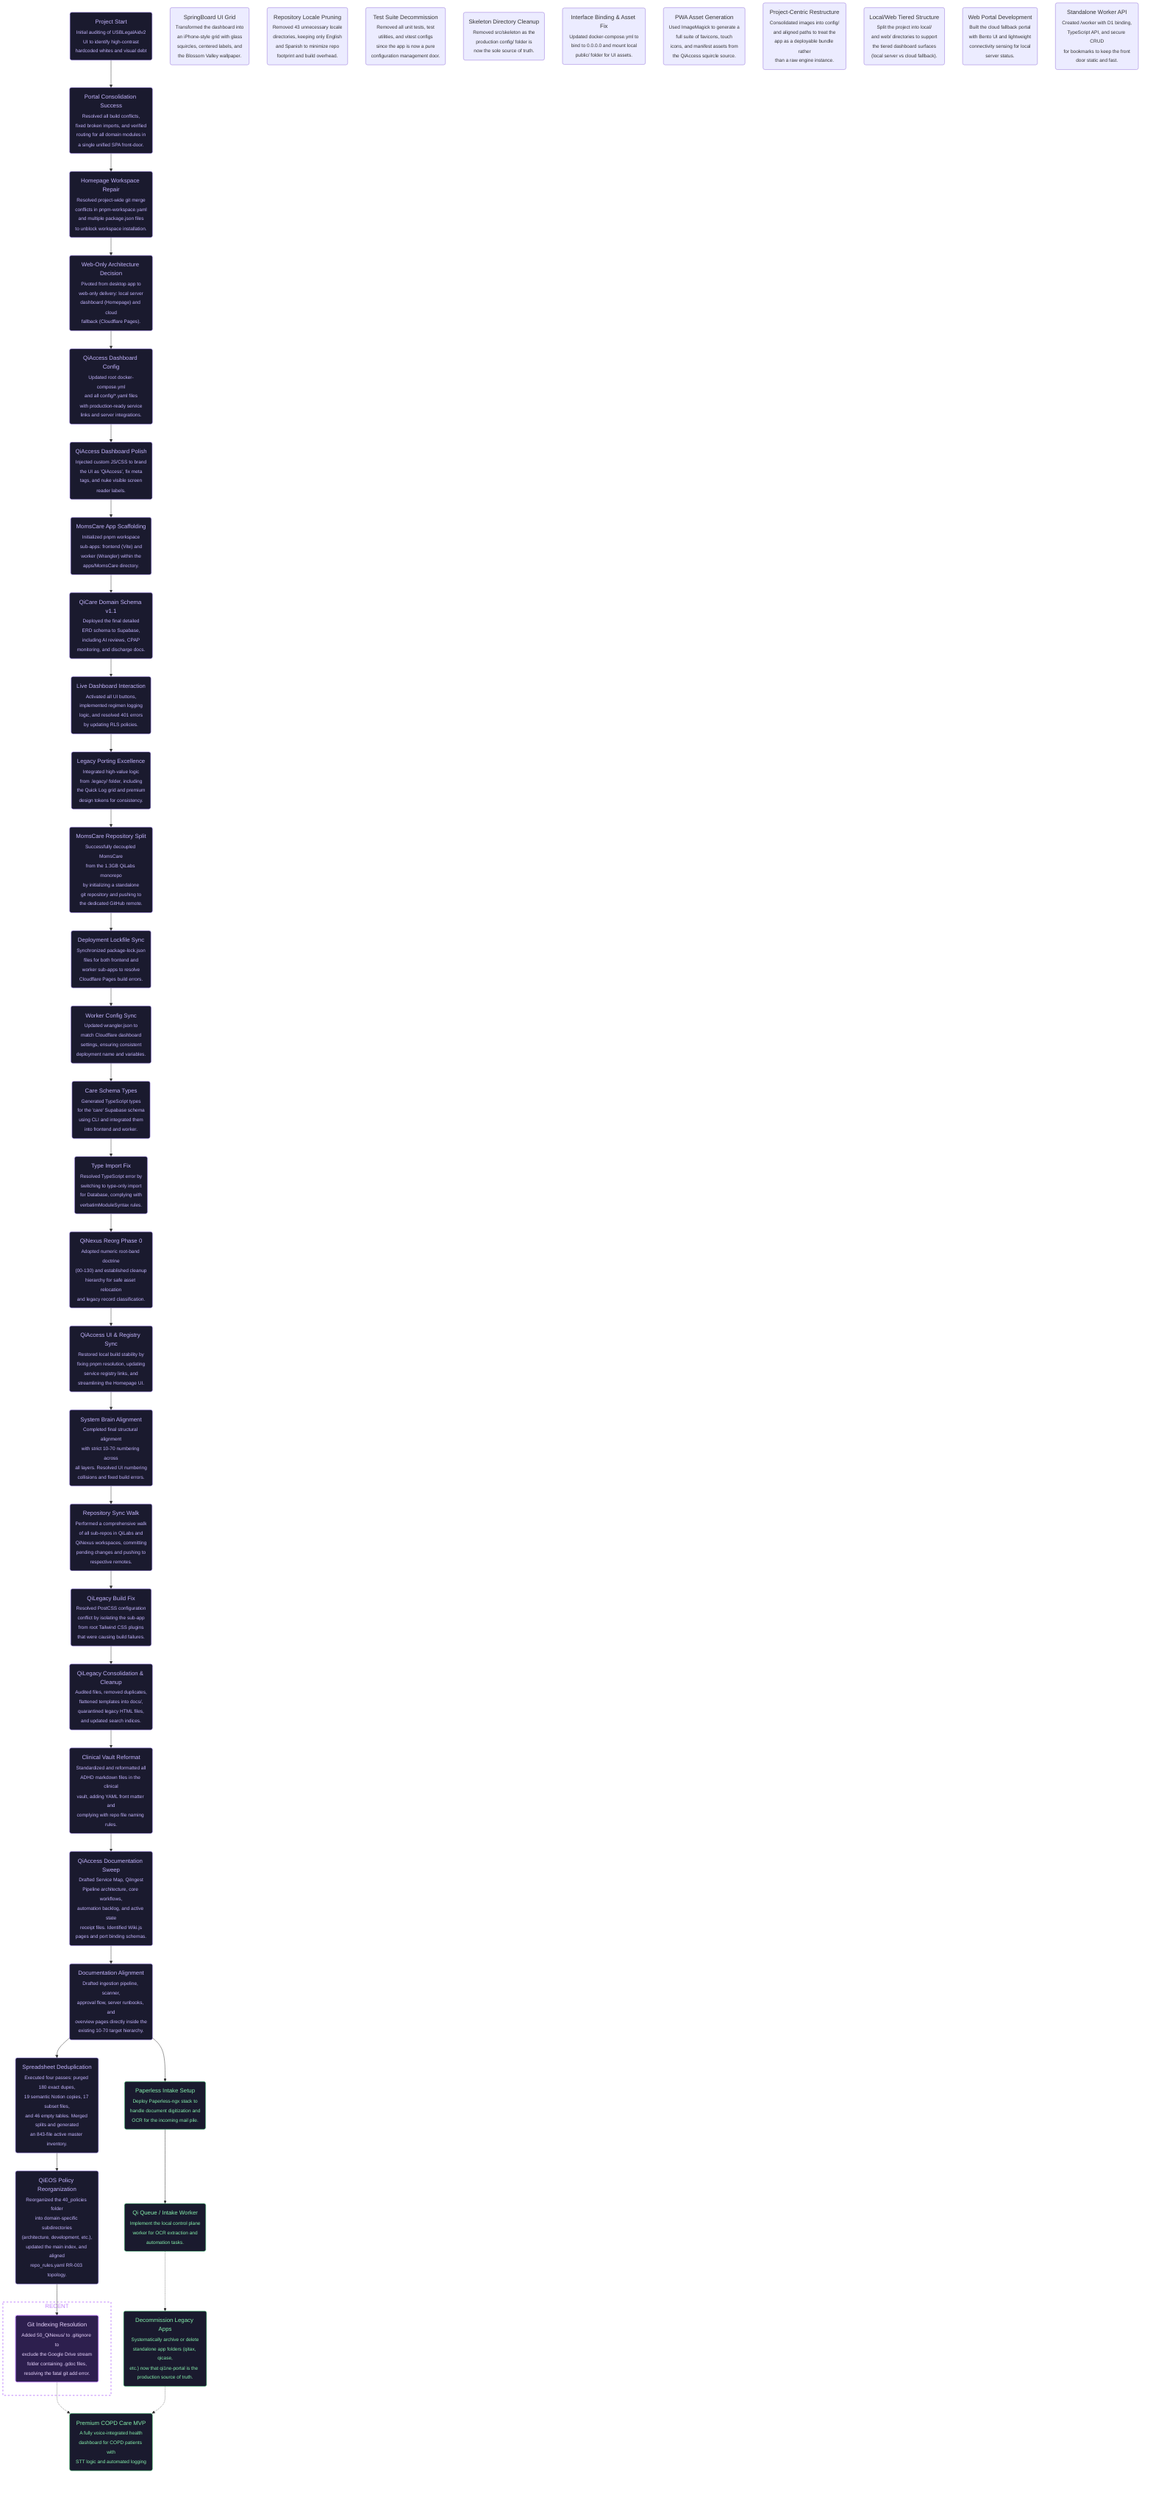
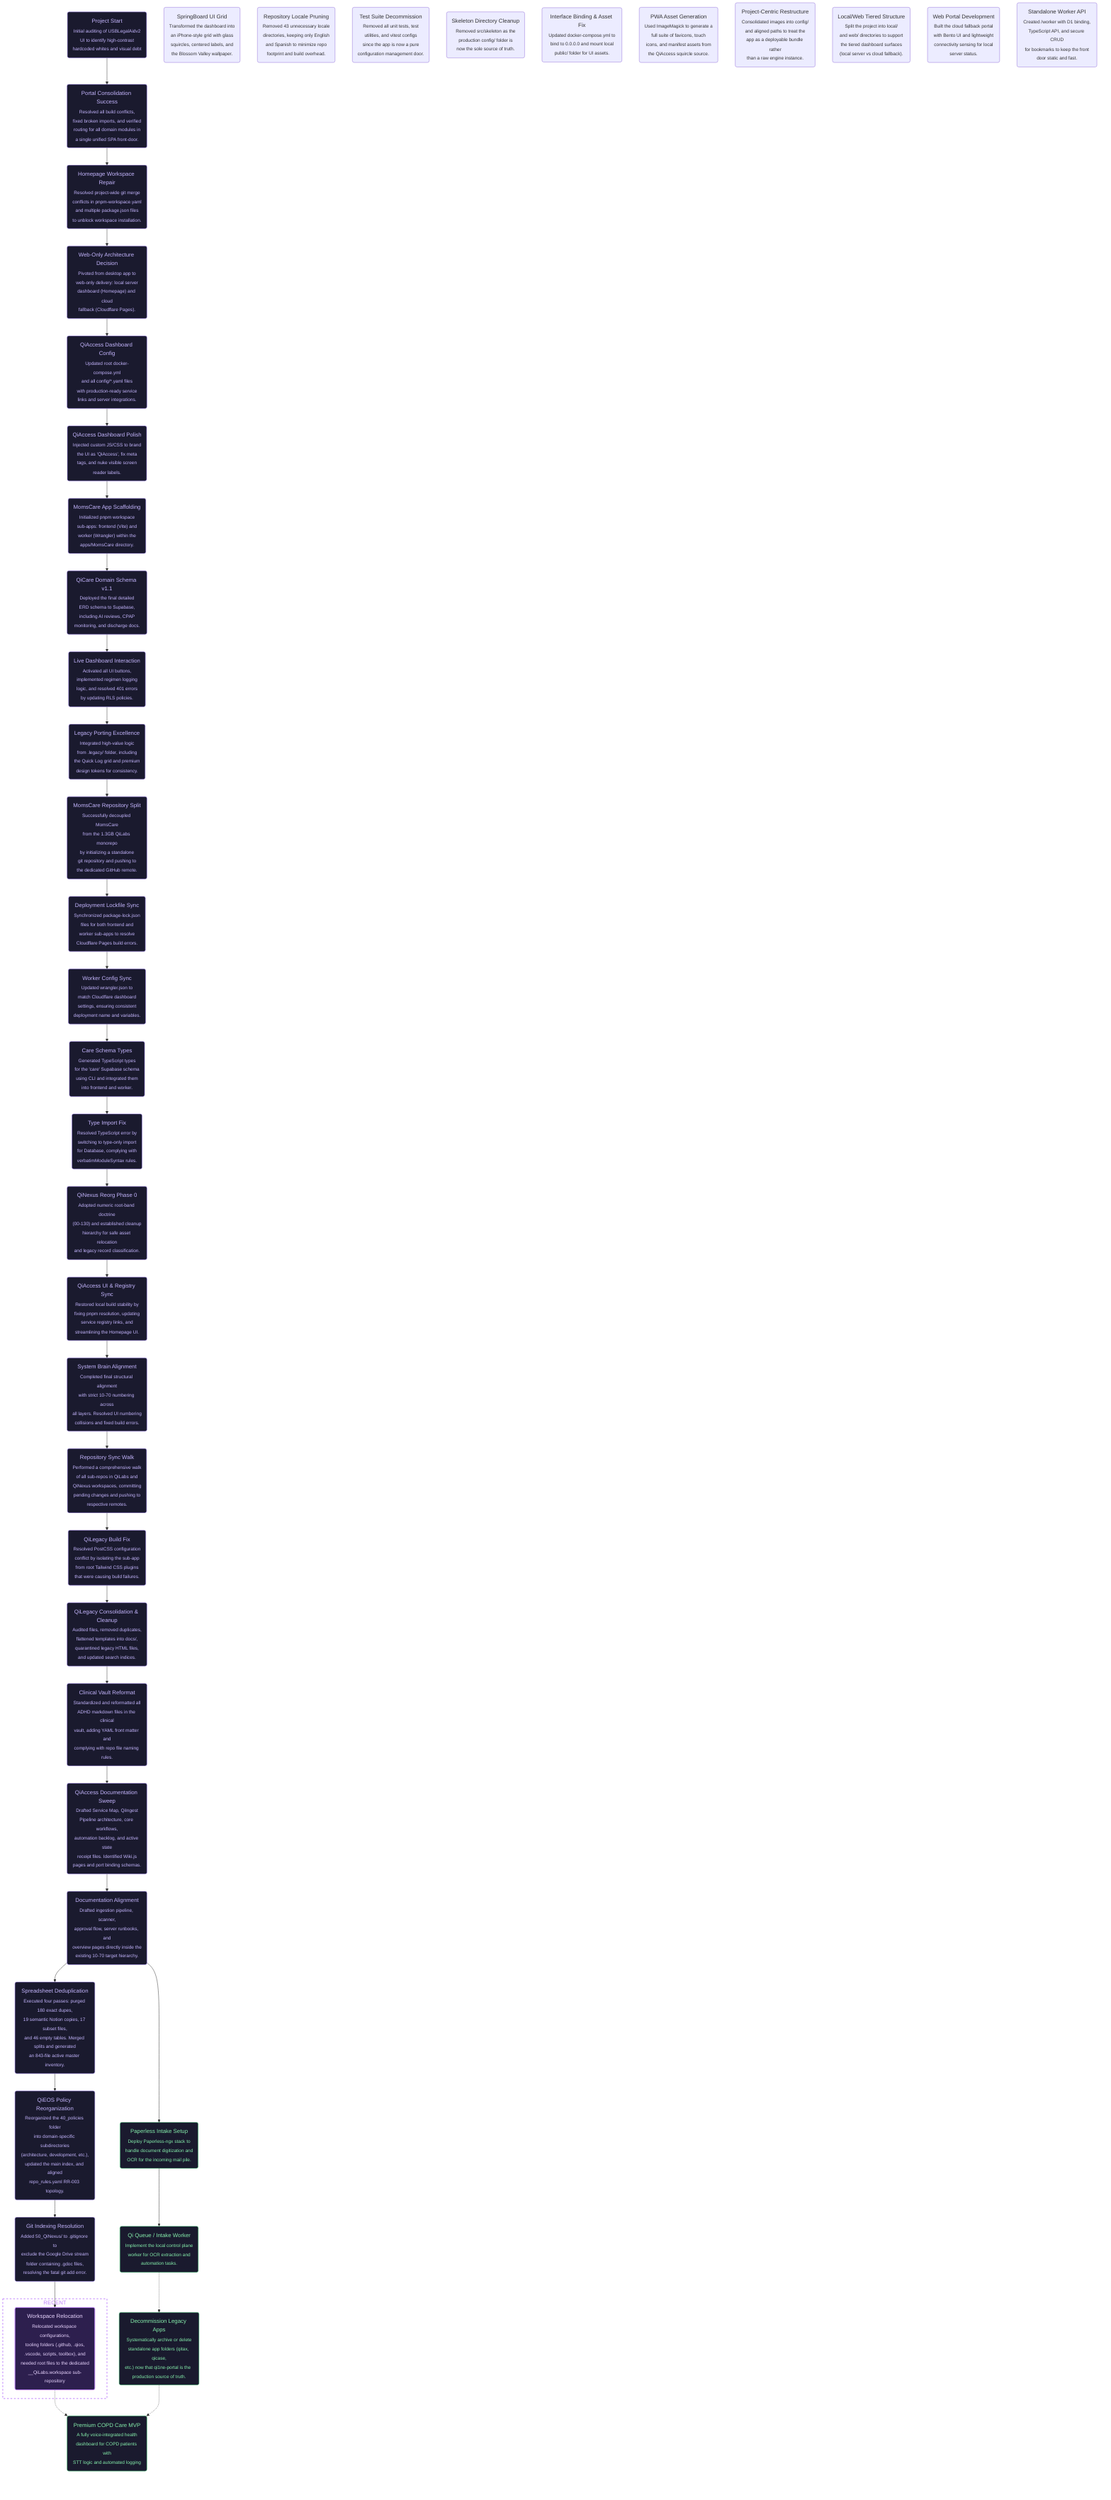
flowchart TD
    %% === PROJECT GOALS ===
    %% Ultimate Goal: Premium Glassmorphic COPD Care MVP (QiHome / Mom Care)
    %% Current Goal: MomsCare MVP Development (Today Screen + Schema)

    %% === START ===
    %% @project_start [start, closed, 2026-04-04, nam]
    project_start("Project Start<br/><sub>Initial auditing of USBLegalAidv2<br/>UI to identify high-contrast<br/>hardcoded whites and visual debt</sub>")

    %% @ultimate_goal [end, opened, 2026-04-09, nam]
    ultimate_goal("Premium COPD Care MVP<br/><sub>A fully voice-integrated health<br/>dashboard for COPD patients with<br/>STT logic and automated logging</sub>")

    %% === COMPLETED WORK ===
    %% @consolidation_success [ai-task, closed, 2026-04-19, nam]
    consolidation_success("Portal Consolidation Success<br/><sub>Resolved all build conflicts,<br/>fixed broken imports, and verified<br/>routing for all domain modules in<br/>a single unified SPA front-door.</sub>")

    %% @homepage_setup [ai-task, closed, 2026-04-21, nam]
    homepage_setup("Homepage Workspace Repair<br/><sub>Resolved project-wide git merge<br/>conflicts in pnpm-workspace.yaml<br/>and multiple package.json files<br/>to unblock workspace installation.</sub>")

    %% @web_only_decision [human-task, closed, 2026-04-21, user]
    web_only_decision("Web-Only Architecture Decision<br/><sub>Pivoted from desktop app to<br/>web-only delivery: local server<br/>dashboard (Homepage) and cloud<br/>fallback (Cloudflare Pages).</sub>")

    %% @homepage_config [ai-task, closed, 2026-04-21, nam]
    homepage_config("QiAccess Dashboard Config<br/><sub>Updated root docker-compose.yml<br/>and all config/*.yaml files<br/>with production-ready service<br/>links and server integrations.</sub>")

    %% @homepage_polish [ai-task, closed, 2026-04-21, nam]
    homepage_polish("QiAccess Dashboard Polish<br/><sub>Injected custom JS/CSS to brand<br/>the UI as 'QiAccess', fix meta<br/>tags, and nuke visible screen<br/>reader labels.</sub>")

    %% @springboard_ui [ai-task, closed, 2026-04-21, nam]
    springboard_ui("SpringBoard UI Grid<br/><sub>Transformed the dashboard into<br/>an iPhone-style grid with glass<br/>squircles, centered labels, and<br/>the Blossom Valley wallpaper.</sub>")

    %% @repo_pruning [ai-task, closed, 2026-04-21, nam]
    repo_pruning("Repository Locale Pruning<br/><sub>Removed 43 unnecessary locale<br/>directories, keeping only English<br/>and Spanish to minimize repo<br/>footprint and build overhead.</sub>")

    %% @test_pruning [ai-task, closed, 2026-04-21, nam]
    test_pruning("Test Suite Decommission<br/><sub>Removed all unit tests, test<br/>utilities, and vitest configs<br/>since the app is now a pure<br/>configuration management door.</sub>")

    %% @skeleton_removal [ai-task, closed, 2026-04-21, nam]
    skeleton_removal("Skeleton Directory Cleanup<br/><sub>Removed src/skeleton as the<br/>production config/ folder is<br/>now the sole source of truth.</sub>")

    %% @compose_v3_fix [ai-task, closed, 2026-04-21, nam]
    compose_v3_fix("Interface Binding & Asset Fix<br/><sub>Updated docker-compose.yml to<br/>bind to 0.0.0.0 and mount local<br/>public/ folder for UI assets.</sub>")

    %% @pwa_asset_generation [ai-task, closed, 2026-04-21, nam]
    pwa_asset_generation("PWA Asset Generation<br/><sub>Used ImageMagick to generate a<br/>full suite of favicons, touch<br/>icons, and manifest assets from<br/>the QiAccess squircle source.</sub>")

    %% @project_centric_restructure [ai-task, closed, 2026-04-21, nam]
    project_centric_restructure("Project-Centric Restructure<br/><sub>Consolidated images into config/<br/>and aligned paths to treat the<br/>app as a deployable bundle rather<br/>than a raw engine instance.</sub>")

    %% @local_web_split [ai-task, closed, 2026-04-21, nam]
    local_web_split("Local/Web Tiered Structure<br/><sub>Split the project into local/<br/>and web/ directories to support<br/>the tiered dashboard surfaces<br/>(local server vs cloud fallback).</sub>")

    %% @web_portal_dev [ai-task, closed, 2026-04-21, nam]
    web_portal_dev("Web Portal Development<br/><sub>Built the cloud fallback portal<br/>with Bento UI and lightweight<br/>connectivity sensing for local<br/>server status.</sub>")

    %% @worker_api_dev [ai-task, closed, 2026-04-21, nam]
    worker_api_dev("Standalone Worker API<br/><sub>Created /worker with D1 binding,<br/>TypeScript API, and secure CRUD<br/>for bookmarks to keep the front<br/>door static and fast.</sub>")

    %% === COMPLETED WORK ===
    %% @moms_care_scaffold [ai-task, closed, 2026-04-21, nam]
    moms_care_scaffold("MomsCare App Scaffolding<br/><sub>Initialized pnpm workspace<br/>sub-apps: frontend (Vite) and<br/>worker (Wrangler) within the<br/>apps/MomsCare directory.</sub>")

    %% @moms_care_schema [ai-task, closed, 2026-04-21, nam]
    moms_care_schema("QiCare Domain Schema v1.1<br/><sub>Deployed the final detailed<br/>ERD schema to Supabase,<br/>including AI reviews, CPAP<br/>monitoring, and discharge docs.</sub>")

    %% @live_dashboard_interaction [ai-task, closed, 2026-04-21, nam]
    live_dashboard_interaction("Live Dashboard Interaction<br/><sub>Activated all UI buttons,<br/>implemented regimen logging<br/>logic, and resolved 401 errors<br/>by updating RLS policies.</sub>")

    %% @legacy_port [ai-task, closed, 2026-04-21, nam]
    legacy_port("Legacy Porting Excellence<br/><sub>Integrated high-value logic<br/>from .legacy/ folder, including<br/>the Quick Log grid and premium<br/>design tokens for consistency.</sub>")

    %% @momscare_repo_split [ai-task, closed, 2026-04-21, nam]
    momscare_repo_split("MomsCare Repository Split<br/><sub>Successfully decoupled MomsCare<br/>from the 1.3GB QiLabs monorepo<br/>by initializing a standalone<br/>git repository and pushing to<br/>the dedicated GitHub remote.</sub>")

    %% @deployment_lockfile_fix [ai-task, closed, 2026-04-21, nam]
    deployment_lockfile_fix("Deployment Lockfile Sync<br/><sub>Synchronized package-lock.json<br/>files for both frontend and<br/>worker sub-apps to resolve<br/>Cloudflare Pages build errors.</sub>")

    %% @worker_config_sync [ai-task, closed, 2026-04-21, nam]
    worker_config_sync("Worker Config Sync<br/><sub>Updated wrangler.json to<br/>match Cloudflare dashboard<br/>settings, ensuring consistent<br/>deployment name and variables.</sub>")

    %% @care_schema_types [ai-task, closed, 2026-04-21, nam]
    care_schema_types("Care Schema Types<br/><sub>Generated TypeScript types<br/>for the 'care' Supabase schema<br/>using CLI and integrated them<br/>into frontend and worker.</sub>")

    %% @type_import_fix [ai-task, closed, 2026-04-21, nam]
    type_import_fix("Type Import Fix<br/><sub>Resolved TypeScript error by<br/>switching to type-only import<br/>for Database, complying with<br/>verbatimModuleSyntax rules.</sub>")

    %% @qinexus_reorg_ph0 [ai-task, closed, 2026-05-10, antigravity]
    qinexus_reorg_ph0("QiNexus Reorg Phase 0<br/><sub>Adopted numeric root-band doctrine<br/>(00-130) and established cleanup<br/>hierarchy for safe asset relocation<br/>and legacy record classification.</sub>")

    %% @qiaccess_ui_repair [ai-task, closed, 2026-05-10, antigravity]
    qiaccess_ui_repair("QiAccess UI & Registry Sync<br/><sub>Restored local build stability by<br/>fixing pnpm resolution, updating<br/>service registry links, and<br/>streamlining the Homepage UI.</sub>")

    %% @brain_alignment_final [ai-task, closed, 2026-05-12, antigravity]
    brain_alignment_final("System Brain Alignment<br/><sub>Completed final structural alignment<br/>with strict 10-70 numbering across<br/>all layers. Resolved UI numbering<br/>collisions and fixed build errors.</sub>")

    %% === COMPLETED WORK ===
    %% @repo_sync_walk [ai-task, closed, 2026-05-15, antigravity]
    repo_sync_walk("Repository Sync Walk<br/><sub>Performed a comprehensive walk<br/>of all sub-repos in QiLabs and<br/>QiNexus workspaces, committing<br/>pending changes and pushing to<br/>respective remotes.</sub>")

    %% @qilegacy_build_fix [ai-task, closed, 2026-05-15, antigravity]
    qilegacy_build_fix("QiLegacy Build Fix<br/><sub>Resolved PostCSS configuration<br/>conflict by isolating the sub-app<br/>from root Tailwind CSS plugins<br/>that were causing build failures.</sub>")

    %% @qilegacy_restructure_cleanup [ai-task, closed, 2026-05-19, antigravity]
    qilegacy_restructure_cleanup("QiLegacy Consolidation & Cleanup<br/><sub>Audited files, removed duplicates,<br/>flattened templates into docs/,<br/>quarantined legacy HTML files,<br/>and updated search indices.</sub>")

    %% @clinical_vault_format [ai-task, closed, 2026-05-24, antigravity]
    clinical_vault_format("Clinical Vault Reformat<br/><sub>Standardized and reformatted all<br/>ADHD markdown files in the clinical<br/>vault, adding YAML front matter and<br/>complying with repo file naming rules.</sub>")

    %% @docs_consolidation [ai-task, closed, 2026-05-26, antigravity]
    docs_consolidation("QiAccess Documentation Sweep<br/><sub>Drafted Service Map, QiIngest<br/>Pipeline architecture, core workflows,<br/>automation backlog, and active state<br/>receipt files. Identified Wiki.js<br/>pages and port binding schemas.</sub>")

    %% @docs_alignment [ai-task, closed, 2026-05-26, antigravity]
    docs_alignment("Documentation Alignment<br/><sub>Drafted ingestion pipeline, scanner,<br/>approval flow, server runbooks, and<br/>overview pages directly inside the<br/>existing 10-70 target hierarchy.</sub>")

    %% @spreadsheet_deduplication [ai-task, closed, 2026-05-26, antigravity]
    spreadsheet_deduplication("Spreadsheet Deduplication<br/><sub>Executed four passes: purged 180 exact dupes,<br/>19 semantic Notion copies, 17 subset files,<br/>and 46 empty tables. Merged splits and generated<br/>an 843-file active master inventory.</sub>")

    %% @policy_reorganization [ai-task, closed, 2026-06-01, antigravity]
    policy_reorganization("QiEOS Policy Reorganization<br/><sub>Reorganized the 40_policies folder<br/>into domain-specific subdirectories<br/>(architecture, development, etc.),<br/>updated the main index, and aligned<br/>repo_rules.yaml RR-003 topology.</sub>")

    %% @git_indexing_fix [ai-task, closed, 2026-06-01, antigravity]
    git_indexing_fix("Git Indexing Resolution<br/><sub>Added 50_QiNexus/ to .gitignore to<br/>exclude the Google Drive stream<br/>folder containing .gdoc files,<br/>resolving the fatal git add error.</sub>")

+     %% @workspace_relocation [ai-task, closed, 2026-06-13, antigravity]
+     workspace_relocation("Workspace Relocation<br/><sub>Relocated workspace configurations,<br/>tooling folders (.github, .qios,<br/>.vscode, scripts, toolbox), and<br/>needed root files to the dedicated<br/>__QiLabs.workspace sub-repository</sub>")
+ 
    %% === RECENT WORK ===
    subgraph recent [RECENT]
-         git_indexing_fix
+         workspace_relocation
    end

    %% === FUTURE WORK ===
    %% @paperless_setup [ai-task, opened, 2026-04-21, nam]
    paperless_setup("Paperless Intake Setup<br/><sub>Deploy Paperless-ngx stack to<br/>handle document digitization and<br/>OCR for the incoming mail pile.</sub>")


    %% @qi_queue_worker [ai-task, opened, 2026-04-21, nam]
    qi_queue_worker("Qi Queue / Intake Worker<br/><sub>Implement the local control plane<br/>worker for OCR extraction and<br/>automation tasks.</sub>")

    %% @legacy_cleanup [human-task, opened, 2026-04-19, user]
    legacy_cleanup("Decommission Legacy Apps<br/><sub>Systematically archive or delete<br/>standalone app folders (qitax, qicase,<br/>etc.) now that qi1ne-portal is the  production source of truth.</sub>")

    %% === CONNECTIONS ===
    project_start --> consolidation_success
    consolidation_success --> homepage_setup
    homepage_setup --> web_only_decision
    web_only_decision --> homepage_config
    homepage_config --> homepage_polish
    homepage_polish --> moms_care_scaffold
    moms_care_scaffold --> moms_care_schema
    moms_care_schema --> live_dashboard_interaction
    live_dashboard_interaction --> legacy_port
    legacy_port --> momscare_repo_split
    momscare_repo_split --> deployment_lockfile_fix
    deployment_lockfile_fix --> worker_config_sync
    worker_config_sync --> care_schema_types
    care_schema_types --> type_import_fix
    type_import_fix --> qinexus_reorg_ph0
    qinexus_reorg_ph0 --> qiaccess_ui_repair
    qiaccess_ui_repair --> brain_alignment_final
    brain_alignment_final --> repo_sync_walk
    repo_sync_walk --> qilegacy_build_fix
    qilegacy_build_fix --> qilegacy_restructure_cleanup
    qilegacy_restructure_cleanup --> clinical_vault_format
    clinical_vault_format --> docs_consolidation
    docs_consolidation --> docs_alignment
    docs_alignment --> paperless_setup
    docs_alignment --> spreadsheet_deduplication
    spreadsheet_deduplication --> policy_reorganization
    policy_reorganization --> git_indexing_fix
    paperless_setup --> qi_queue_worker
    qi_queue_worker -.-> legacy_cleanup
-     git_indexing_fix -.-> ultimate_goal
+     git_indexing_fix --> workspace_relocation
+     workspace_relocation -.-> ultimate_goal
    legacy_cleanup -.-> ultimate_goal

    %% === STYLES ===
    %% Closed tasks (soft purple)
    style project_start fill:#1a1a2e,stroke:#a78bfa,color:#c4b5fd,stroke-width:1px
    style consolidation_success fill:#1a1a2e,stroke:#a78bfa,color:#c4b5fd,stroke-width:1px
    style homepage_setup fill:#1a1a2e,stroke:#a78bfa,color:#c4b5fd,stroke-width:1px
    style web_only_decision fill:#1a1a2e,stroke:#a78bfa,color:#c4b5fd,stroke-width:1px
    style homepage_config fill:#1a1a2e,stroke:#a78bfa,color:#c4b5fd,stroke-width:1px
    style homepage_polish fill:#1a1a2e,stroke:#a78bfa,color:#c4b5fd,stroke-width:1px
    style moms_care_scaffold fill:#1a1a2e,stroke:#a78bfa,color:#c4b5fd,stroke-width:1px
    style moms_care_schema fill:#1a1a2e,stroke:#a78bfa,color:#c4b5fd,stroke-width:1px
    style live_dashboard_interaction fill:#1a1a2e,stroke:#a78bfa,color:#c4b5fd,stroke-width:1px
    style legacy_port fill:#1a1a2e,stroke:#a78bfa,color:#c4b5fd,stroke-width:1px
    style momscare_repo_split fill:#1a1a2e,stroke:#a78bfa,color:#c4b5fd,stroke-width:1px
    style deployment_lockfile_fix fill:#1a1a2e,stroke:#a78bfa,color:#c4b5fd,stroke-width:1px
    style worker_config_sync fill:#1a1a2e,stroke:#a78bfa,color:#c4b5fd,stroke-width:1px
    style care_schema_types fill:#1a1a2e,stroke:#a78bfa,color:#c4b5fd,stroke-width:1px
    style type_import_fix fill:#1a1a2e,stroke:#a78bfa,color:#c4b5fd,stroke-width:1px
    style qinexus_reorg_ph0 fill:#1a1a2e,stroke:#a78bfa,color:#c4b5fd,stroke-width:1px
    style qiaccess_ui_repair fill:#1a1a2e,stroke:#a78bfa,color:#c4b5fd,stroke-width:1px
    style brain_alignment_final fill:#1a1a2e,stroke:#a78bfa,color:#c4b5fd,stroke-width:1px
    style repo_sync_walk fill:#1a1a2e,stroke:#a78bfa,color:#c4b5fd,stroke-width:1px
    style qilegacy_build_fix fill:#1a1a2e,stroke:#a78bfa,color:#c4b5fd,stroke-width:1px
    style qilegacy_restructure_cleanup fill:#1a1a2e,stroke:#a78bfa,color:#c4b5fd,stroke-width:1px
    style clinical_vault_format fill:#1a1a2e,stroke:#a78bfa,color:#c4b5fd,stroke-width:1px
    style docs_consolidation fill:#1a1a2e,stroke:#a78bfa,color:#c4b5fd,stroke-width:1px
    style docs_alignment fill:#1a1a2e,stroke:#a78bfa,color:#c4b5fd,stroke-width:1px
    style spreadsheet_deduplication fill:#1a1a2e,stroke:#a78bfa,color:#c4b5fd,stroke-width:1px
    style policy_reorganization fill:#1a1a2e,stroke:#a78bfa,color:#c4b5fd,stroke-width:1px
- 
-     %% Recent node (highlighted purple)
-     style git_indexing_fix fill:#2d1f4e,stroke:#c084fc,color:#e9d5ff,stroke-width:2px
+     style git_indexing_fix fill:#1a1a2e,stroke:#a78bfa,color:#c4b5fd,stroke-width:1px
+     style workspace_relocation fill:#2d1f4e,stroke:#c084fc,color:#e9d5ff,stroke-width:2px

    %% Recent subgraph (dashed border)
    style recent fill:transparent,stroke:#c084fc,color:#c084fc,stroke-width:2px,stroke-dasharray:5 5

    %% Open tasks (soft green)
    style ultimate_goal fill:#1a1a2e,stroke:#4ade80,color:#86efac,stroke-width:1px
    style legacy_cleanup fill:#1a1a2e,stroke:#4ade80,color:#86efac,stroke-width:1px
    style paperless_setup fill:#1a1a2e,stroke:#4ade80,color:#86efac,stroke-width:1px
    style qi_queue_worker fill:#1a1a2e,stroke:#4ade80,color:#86efac,stroke-width:1px
